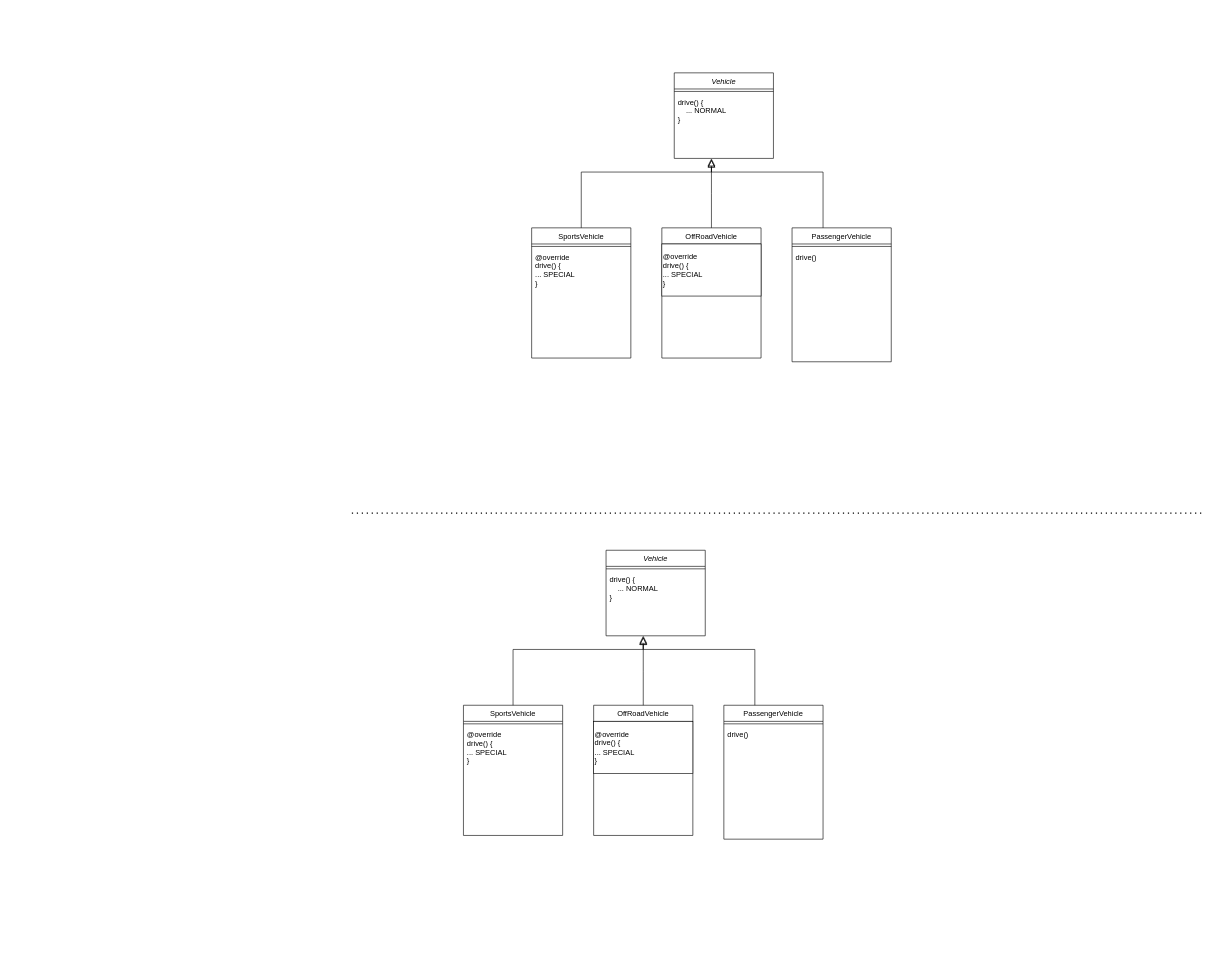
varunr10/DesignPatterns keeps this draw.io diagram as StrategyDesignPattern.drawio. Above is the earlier version. Source tidied: cells renumbered, new cells numbered last; positions are measured from the earlier drawing's top-left corner, leaving out a move shared by most shapes. Both pictures are drawn from the tidied source at 62%, with x=0, y=0 at pixel (352, 73).
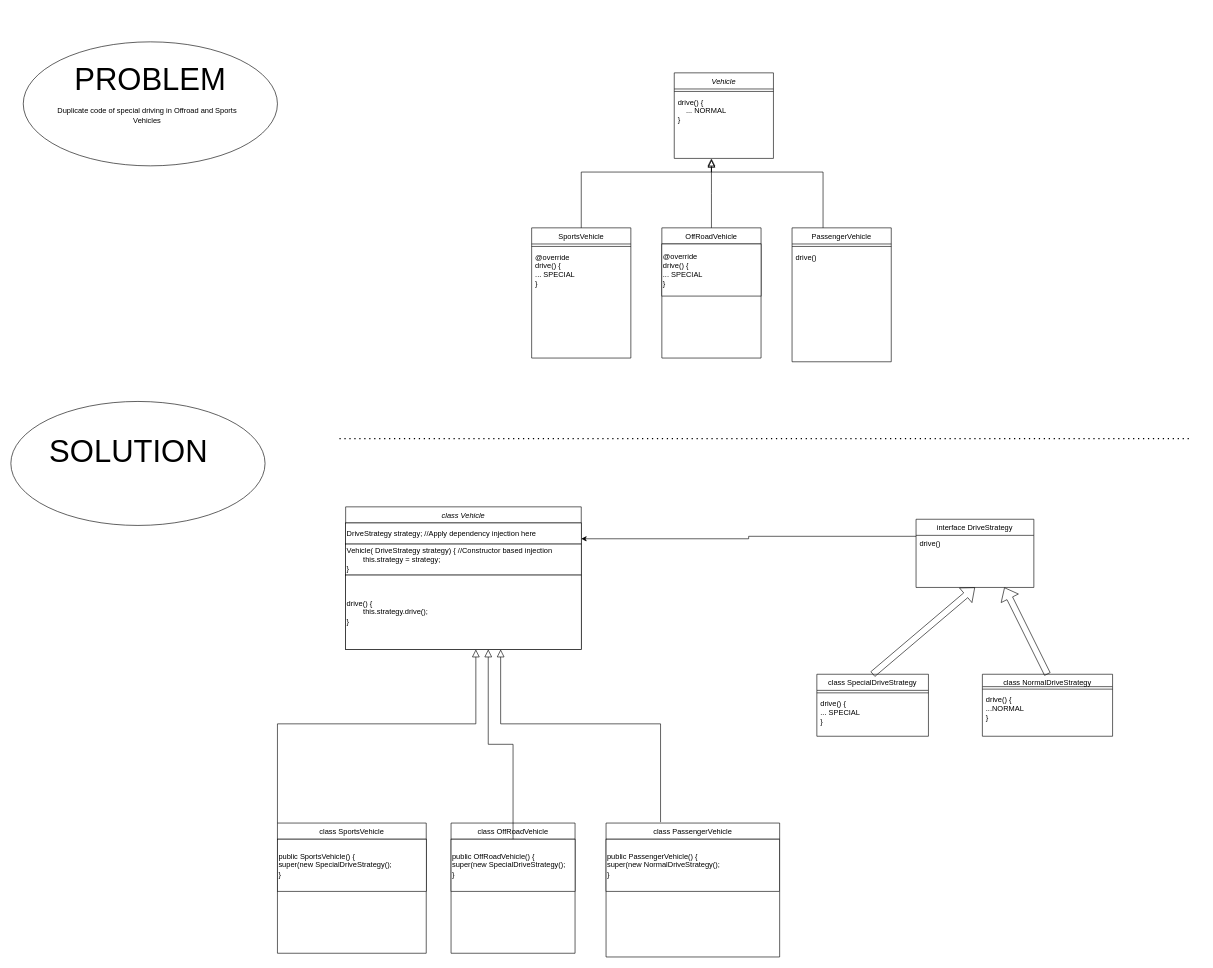
The same page after the edit.

Commit message:
Updated Problem and Solution

Change to the diagram source:
```diff
@@
     <mxCell id="16" style="endArrow=none;dashed=1;html=1;dashPattern=1 3;strokeWidth=2;rounded=0;" parent="1" edge="1">
       <mxGeometry relative="1" as="geometry">
-        <mxPoint y="710" as="sourcePoint" />
-        <mxPoint x="1370" y="710" as="targetPoint" />
+        <mxPoint x="-20" y="590" as="sourcePoint" />
+        <mxPoint x="1350" y="590" as="targetPoint" />
       </mxGeometry>
     </mxCell>
-    <mxCell id="17" value="Vehicle" style="swimlane;fontStyle=2;align=center;verticalAlign=top;horizontal=1;startSize=26;rounded=0;shadow=0;strokeWidth=1;" parent="1" vertex="1">
-      <mxGeometry x="410" y="770" width="160" height="138" as="geometry" />
+    <mxCell id="17" value="class Vehicle" style="swimlane;fontStyle=2;align=center;verticalAlign=top;horizontal=1;startSize=26;rounded=0;shadow=0;strokeWidth=1;" parent="1" vertex="1">
+      <mxGeometry x="-10" y="700" width="380" height="230" as="geometry" />
     </mxCell>
-    <mxCell id="18" style="line;html=1;strokeWidth=1;align=left;verticalAlign=middle;spacingTop=-1;spacingLeft=3;spacingRight=3;labelPosition=right;" parent="17" vertex="1">
-      <mxGeometry y="26" width="160" height="8" as="geometry" />
-    </mxCell>
-    <mxCell id="19" value="drive() {&#10;    ... NORMAL&#10;}" style="text;align=left;verticalAlign=top;spacingLeft=4;spacingRight=4;overflow=hidden;" parent="17" vertex="1">
-      <mxGeometry y="34" width="160" height="60" as="geometry" />
-    </mxCell>
+    <mxCell id="31" value="DriveStrategy strategy; //Apply dependency injection here" style="whiteSpace=wrap;html=1;align=left;" parent="17" vertex="1">
+      <mxGeometry y="26" width="380" height="34" as="geometry" />
+    </mxCell>
+    <mxCell id="32" style="edgeStyle=orthogonalEdgeStyle;rounded=0;orthogonalLoop=1;jettySize=auto;html=1;exitX=0.5;exitY=1;exitDx=0;exitDy=0;" parent="17" edge="1" source="31" target="31">
+      <mxGeometry relative="1" as="geometry" />
+    </mxCell>
+    <mxCell id="33" value="Vehicle( DriveStrategy strategy) { //Constructor based injection&lt;br&gt;&lt;span style=&quot;white-space: pre;&quot;&gt;&#9;&lt;/span&gt;this.strategy = strategy;&lt;br&gt;}" style="rounded=0;whiteSpace=wrap;html=1;align=left;" parent="17" vertex="1">
+      <mxGeometry y="60" width="380" height="50" as="geometry" />
+    </mxCell>
+    <mxCell id="34" value="drive() {&lt;br&gt;&lt;span style=&quot;white-space: pre;&quot;&gt;&#9;&lt;/span&gt;this.strategy.drive();&lt;br&gt;&lt;div style=&quot;&quot;&gt;&lt;span style=&quot;background-color: initial;&quot;&gt;}&lt;/span&gt;&lt;/div&gt;" style="rounded=0;whiteSpace=wrap;html=1;align=left;" parent="17" vertex="1">
+      <mxGeometry y="110" width="380" height="120" as="geometry" />
+    </mxCell>
-    <mxCell id="20" value="SportsVehicle" style="swimlane;fontStyle=0;align=center;verticalAlign=top;horizontal=1;startSize=26;rounded=0;shadow=0;strokeWidth=1;" parent="1" vertex="1">
-      <mxGeometry x="180" y="1020" width="160" height="210" as="geometry" />
+    <mxCell id="20" value="class SportsVehicle" style="swimlane;fontStyle=0;align=center;verticalAlign=top;horizontal=1;startSize=26;rounded=0;shadow=0;strokeWidth=1;" parent="1" vertex="1">
+      <mxGeometry x="-120" y="1210" width="240" height="210" as="geometry" />
     </mxCell>
-    <mxCell id="21" style="line;html=1;strokeWidth=1;align=left;verticalAlign=middle;spacingTop=-1;spacingLeft=3;spacingRight=3;labelPosition=right;" parent="20" vertex="1">
-      <mxGeometry y="26" width="160" height="8" as="geometry" />
-    </mxCell>
-    <mxCell id="22" value="@override&#10;drive() {&#10;... SPECIAL&#10;}" style="text;align=left;verticalAlign=top;spacingLeft=4;spacingRight=4;overflow=hidden;" parent="20" vertex="1">
-      <mxGeometry y="34" width="160" height="96" as="geometry" />
-    </mxCell>
+    <mxCell id="35" value="public SportsVehicle() {&lt;br&gt;super(new SpecialDriveStrategy();&lt;br&gt;}" style="whiteSpace=wrap;html=1;align=left;" parent="20" vertex="1">
+      <mxGeometry y="26" width="240" height="84" as="geometry" />
+    </mxCell>
-    <mxCell id="23" style="endArrow=block;endSize=10;endFill=0;shadow=0;strokeWidth=1;rounded=0;edgeStyle=elbowEdgeStyle;elbow=vertical;" parent="1" edge="1" source="20" target="17">
+    <mxCell id="23" style="endArrow=block;endSize=10;endFill=0;shadow=0;strokeWidth=1;rounded=0;edgeStyle=elbowEdgeStyle;elbow=vertical;" parent="1" edge="1">
       <mxGeometry relative="1" as="geometry">
+        <mxPoint x="-120" y="1210" as="sourcePoint" />
+        <mxPoint x="200" y="930" as="targetPoint" />
         <Array as="points">
-          <mxPoint x="470" y="930" />
+          <mxPoint x="200" y="1050" />
         </Array>
       </mxGeometry>
     </mxCell>
-    <mxCell id="24" value="OffRoadVehicle" style="swimlane;fontStyle=0;align=center;verticalAlign=top;horizontal=1;startSize=26;rounded=0;shadow=0;strokeWidth=1;" parent="1" vertex="1">
-      <mxGeometry x="390" y="1020" width="160" height="210" as="geometry" />
+    <mxCell id="24" value="class OffRoadVehicle" style="swimlane;fontStyle=0;align=center;verticalAlign=top;horizontal=1;startSize=26;rounded=0;shadow=0;strokeWidth=1;" parent="1" vertex="1">
+      <mxGeometry x="160" y="1210" width="200" height="210" as="geometry" />
     </mxCell>
-    <mxCell id="25" value="&lt;div style=&quot;&quot;&gt;&lt;span style=&quot;background-color: initial;&quot;&gt;@override&lt;/span&gt;&lt;/div&gt;&lt;span style=&quot;&quot;&gt;&lt;div style=&quot;&quot;&gt;&lt;span style=&quot;background-color: initial;&quot;&gt;drive() {&lt;/span&gt;&lt;/div&gt;&lt;/span&gt;&lt;span style=&quot;&quot;&gt;&lt;div style=&quot;&quot;&gt;&lt;span style=&quot;background-color: initial;&quot;&gt;... SPECIAL&lt;/span&gt;&lt;/div&gt;&lt;/span&gt;&lt;span style=&quot;&quot;&gt;&lt;div style=&quot;&quot;&gt;&lt;span style=&quot;background-color: initial;&quot;&gt;}&lt;/span&gt;&lt;/div&gt;&lt;/span&gt;" style="whiteSpace=wrap;html=1;align=left;" parent="24" vertex="1">
-      <mxGeometry y="26" width="160" height="84" as="geometry" />
+    <mxCell id="25" value="public OffRoadVehicle() {&lt;br&gt;super(new SpecialDriveStrategy();&lt;br&gt;}" style="whiteSpace=wrap;html=1;align=left;" parent="24" vertex="1">
+      <mxGeometry y="26" width="200" height="84" as="geometry" />
     </mxCell>
-    <mxCell id="26" style="endArrow=block;endSize=10;endFill=0;shadow=0;strokeWidth=1;rounded=0;edgeStyle=elbowEdgeStyle;elbow=vertical;" parent="1" edge="1" source="24">
+    <mxCell id="26" style="endArrow=block;endSize=10;endFill=0;shadow=0;strokeWidth=1;rounded=0;edgeStyle=elbowEdgeStyle;elbow=vertical;" parent="1" edge="1" source="25">
       <mxGeometry relative="1" as="geometry">
-        <mxPoint x="470" y="910" as="targetPoint" />
+        <mxPoint x="220" y="930" as="targetPoint" />
       </mxGeometry>
     </mxCell>
-    <mxCell id="27" value="PassengerVehicle" style="swimlane;fontStyle=0;align=center;verticalAlign=top;horizontal=1;startSize=26;rounded=0;shadow=0;strokeWidth=1;" parent="1" vertex="1">
-      <mxGeometry x="600" y="1020" width="160" height="216" as="geometry" />
+    <mxCell id="27" value="class PassengerVehicle" style="swimlane;fontStyle=0;align=center;verticalAlign=top;horizontal=1;startSize=26;rounded=0;shadow=0;strokeWidth=1;" parent="1" vertex="1">
+      <mxGeometry x="410" y="1210" width="280" height="216" as="geometry" />
     </mxCell>
-    <mxCell id="28" style="line;html=1;strokeWidth=1;align=left;verticalAlign=middle;spacingTop=-1;spacingLeft=3;spacingRight=3;labelPosition=right;" parent="27" vertex="1">
-      <mxGeometry y="26" width="160" height="8" as="geometry" />
-    </mxCell>
+    <mxCell id="36" value="public PassengerVehicle() {&lt;br&gt;super(new NormalDriveStrategy();&lt;br&gt;}" style="whiteSpace=wrap;html=1;align=left;" parent="27" vertex="1">
+      <mxGeometry y="26" width="280" height="84" as="geometry" />
+    </mxCell>
+    <mxCell id="30" style="endArrow=block;endSize=10;endFill=0;shadow=0;strokeWidth=1;rounded=0;edgeStyle=elbowEdgeStyle;elbow=vertical;exitX=0.314;exitY=-0.007;exitDx=0;exitDy=0;exitPerimeter=0;" parent="1" edge="1" source="27">
+      <mxGeometry relative="1" as="geometry">
+        <mxPoint x="240" y="930" as="targetPoint" />
+        <Array as="points">
+          <mxPoint x="410" y="1050" />
+        </Array>
+      </mxGeometry>
+    </mxCell>
+    <mxCell id="37" value="interface DriveStrategy" style="swimlane;fontStyle=0;align=center;verticalAlign=top;horizontal=1;startSize=26;rounded=0;shadow=0;strokeWidth=1;" parent="1" vertex="1">
+      <mxGeometry x="910" y="720" width="190" height="110" as="geometry" />
+    </mxCell>
-    <mxCell id="29" value="drive()" style="text;align=left;verticalAlign=top;spacingLeft=4;spacingRight=4;overflow=hidden;" parent="27" vertex="1">
-      <mxGeometry y="34" width="160" height="26" as="geometry" />
+    <mxCell id="29" value="drive()" style="text;align=left;verticalAlign=top;spacingLeft=4;spacingRight=4;overflow=hidden;" parent="37" vertex="1">
+      <mxGeometry y="26" width="190" height="26" as="geometry" />
     </mxCell>
-    <mxCell id="30" style="endArrow=block;endSize=10;endFill=0;shadow=0;strokeWidth=1;rounded=0;edgeStyle=elbowEdgeStyle;elbow=vertical;exitX=0.5;exitY=0;exitDx=0;exitDy=0;" parent="1" edge="1">
-      <mxGeometry relative="1" as="geometry">
-        <mxPoint x="650" y="1020" as="sourcePoint" />
-        <mxPoint x="470" y="910" as="targetPoint" />
-        <Array as="points">
-          <mxPoint x="570" y="930" />
-        </Array>
-      </mxGeometry>
-    </mxCell>
+    <mxCell id="38" value="class SpecialDriveStrategy" style="swimlane;fontStyle=0;align=center;verticalAlign=top;horizontal=1;startSize=26;rounded=0;shadow=0;strokeWidth=1;" parent="1" vertex="1">
+      <mxGeometry x="750" y="970" width="180" height="100" as="geometry" />
+    </mxCell>
+    <mxCell id="39" style="line;html=1;strokeWidth=1;align=left;verticalAlign=middle;spacingTop=-1;spacingLeft=3;spacingRight=3;labelPosition=right;" parent="38" vertex="1">
+      <mxGeometry y="26" width="180" height="8" as="geometry" />
+    </mxCell>
+    <mxCell id="40" value="drive() {&#10;... SPECIAL&#10;}" style="text;align=left;verticalAlign=top;spacingLeft=4;spacingRight=4;overflow=hidden;" parent="38" vertex="1">
+      <mxGeometry y="34" width="180" height="56" as="geometry" />
+    </mxCell>
+    <mxCell id="41" value="class NormalDriveStrategy" style="swimlane;fontStyle=0;align=center;verticalAlign=top;horizontal=1;startSize=20;rounded=0;shadow=0;strokeWidth=1;" parent="1" vertex="1">
+      <mxGeometry x="1017" y="970" width="210" height="100" as="geometry" />
+    </mxCell>
+    <mxCell id="42" style="line;html=1;strokeWidth=1;align=left;verticalAlign=middle;spacingTop=-1;spacingLeft=3;spacingRight=3;labelPosition=right;" parent="41" vertex="1">
+      <mxGeometry y="20" width="210" height="8" as="geometry" />
+    </mxCell>
+    <mxCell id="43" value="drive() {&#10;...NORMAL&#10;}" style="text;align=left;verticalAlign=top;spacingLeft=4;spacingRight=4;overflow=hidden;" parent="41" vertex="1">
+      <mxGeometry y="28" width="210" height="72" as="geometry" />
+    </mxCell>
+    <mxCell id="44" style="edgeStyle=orthogonalEdgeStyle;rounded=0;jettySize=auto;html=1;exitX=0;exitY=0.25;exitDx=0;exitDy=0;entryX=1;entryY=0.75;entryDx=0;entryDy=0;" parent="1" edge="1" source="37" target="31">
+      <mxGeometry relative="1" as="geometry" />
+    </mxCell>
+    <mxCell id="45" style="shape=flexArrow;endArrow=classic;html=1;rounded=0;exitX=0.5;exitY=0;exitDx=0;exitDy=0;entryX=0.5;entryY=1;entryDx=0;entryDy=0;" parent="1" edge="1" source="38" target="37">
+      <mxGeometry relative="1" as="geometry" />
+    </mxCell>
+    <mxCell id="46" style="shape=flexArrow;endArrow=classic;html=1;rounded=0;exitX=0.5;exitY=0;exitDx=0;exitDy=0;entryX=0.75;entryY=1;entryDx=0;entryDy=0;" parent="1" edge="1" source="41" target="37">
+      <mxGeometry relative="1" as="geometry" />
+    </mxCell>
+    <mxCell id="47" style="ellipse;whiteSpace=wrap;html=1;" parent="1" vertex="1">
+      <mxGeometry x="-530" y="-50" width="410" height="200" as="geometry" />
+    </mxCell>
+    <mxCell id="48" value="&lt;font style=&quot;font-size: 50px;&quot;&gt;PROBLEM&lt;/font&gt;" style="text;html=1;strokeColor=none;fillColor=none;align=center;verticalAlign=middle;whiteSpace=wrap;rounded=0;" parent="1" vertex="1">
+      <mxGeometry x="-505" y="-100" width="360" height="220" as="geometry" />
+    </mxCell>
+    <mxCell id="49" style="ellipse;whiteSpace=wrap;html=1;" parent="1" vertex="1">
+      <mxGeometry x="-550" y="530" width="410" height="200" as="geometry" />
+    </mxCell>
+    <mxCell id="50" value="&lt;font style=&quot;font-size: 50px;&quot;&gt;SOLUTION&lt;/font&gt;" style="text;html=1;strokeColor=none;fillColor=none;align=center;verticalAlign=middle;whiteSpace=wrap;rounded=0;" parent="1" vertex="1">
+      <mxGeometry x="-540" y="500" width="360" height="220" as="geometry" />
+    </mxCell>
+    <mxCell id="51" value="Duplicate code of special driving in Offroad and Sports Vehicles" style="text;html=1;strokeColor=none;fillColor=none;align=center;verticalAlign=middle;whiteSpace=wrap;rounded=0;" parent="1" vertex="1">
+      <mxGeometry x="-480" y="54" width="300" height="30" as="geometry" />
+    </mxCell>
```
